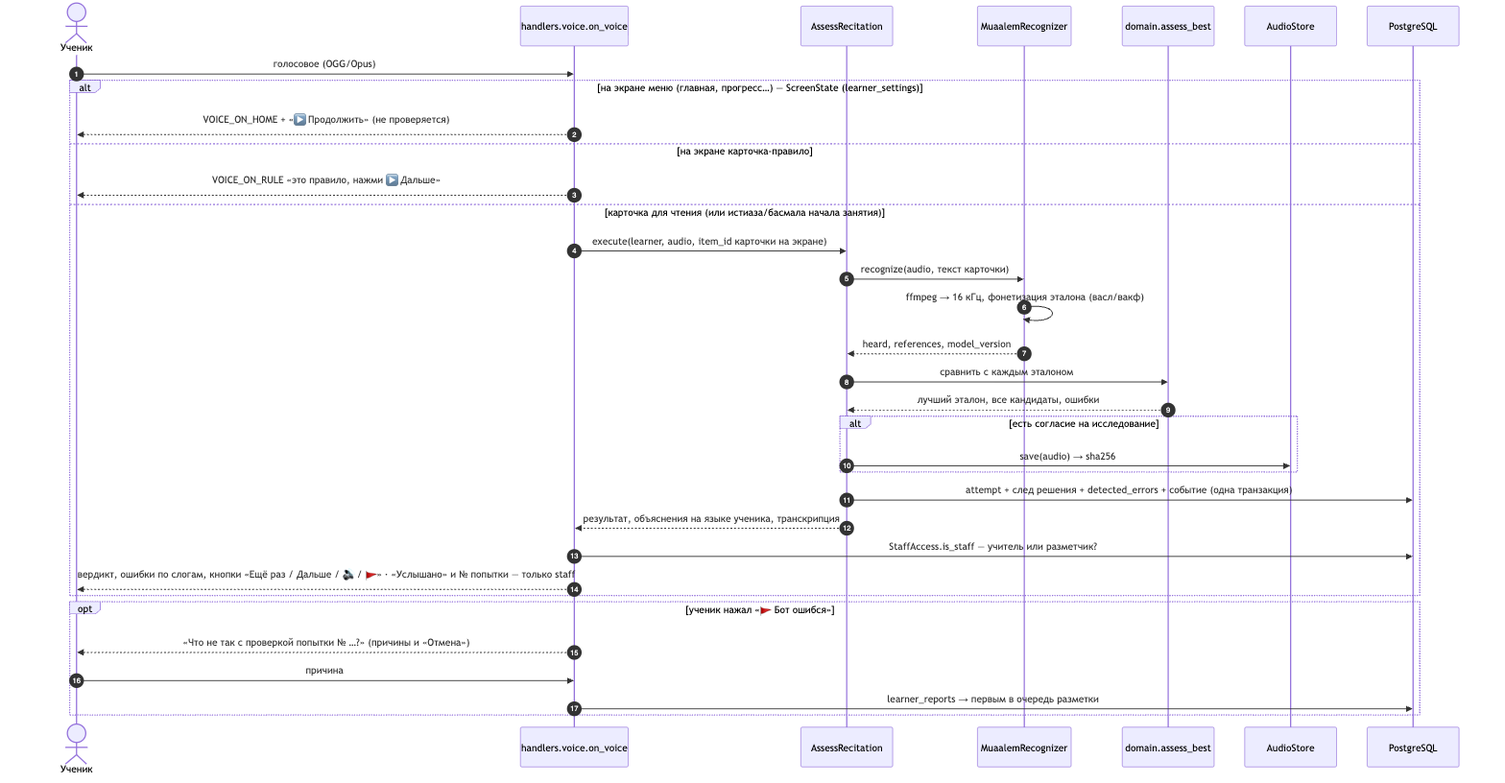
abdra04-gif/muallim keeps this Mermaid diagram as docs/architecture/diagrams/03-voice-sequence.png. Above is the earlier version. Its source is kept beside it as docs/architecture/diagrams/03-voice-sequence.mmd. The source it was exported from:
```mermaid
sequenceDiagram
    autonumber
    actor L as Ученик
    participant H as handlers.voice.on_voice
    participant UC as AssessRecitation
    participant R as MuaalemRecognizer
    participant D as domain.assess_best
    participant S as AudioStore
    participant DB as PostgreSQL

    L->>H: голосовое (OGG/Opus)
    alt на экране меню (главная, прогресс…) — ScreenState (learner_settings)
        H-->>L: VOICE_ON_HOME + «▶️ Продолжить» (не проверяется)
    else на экране карточка-правило
        H-->>L: VOICE_ON_RULE «это правило, нажми ▶️ Дальше»
    else карточка для чтения (или истиаза/басмала начала занятия)
    H->>UC: execute(learner, audio, item_id карточки на экране)
    UC->>R: recognize(audio, текст карточки)
    R->>R: ffmpeg → 16 кГц, фонетизация эталона (васл/вакф)
    R-->>UC: heard, references, model_version
    UC->>D: сравнить с каждым эталоном
    D-->>UC: лучший эталон, все кандидаты, ошибки
    alt есть согласие на исследование
        UC->>S: save(audio) → sha256
    end
    UC->>DB: attempt + след решения + detected_errors + событие (одна транзакция)
    UC-->>H: результат, объяснения на языке ученика, транскрипция
    H->>DB: StaffAccess.is_staff — учитель или разметчик?
    H-->>L: вердикт, ошибки по слогам, кнопки «Ещё раз / Дальше / 🔊 / 🚩» · «Услышано» и № попытки — только staff
    end
    opt ученик нажал «🚩 Бот ошибся»
        H-->>L: «Что не так с проверкой попытки № …?» (причины и «Отмена»)
        L->>H: причина
        H->>DB: learner_reports → первым в очередь разметки
    end
```
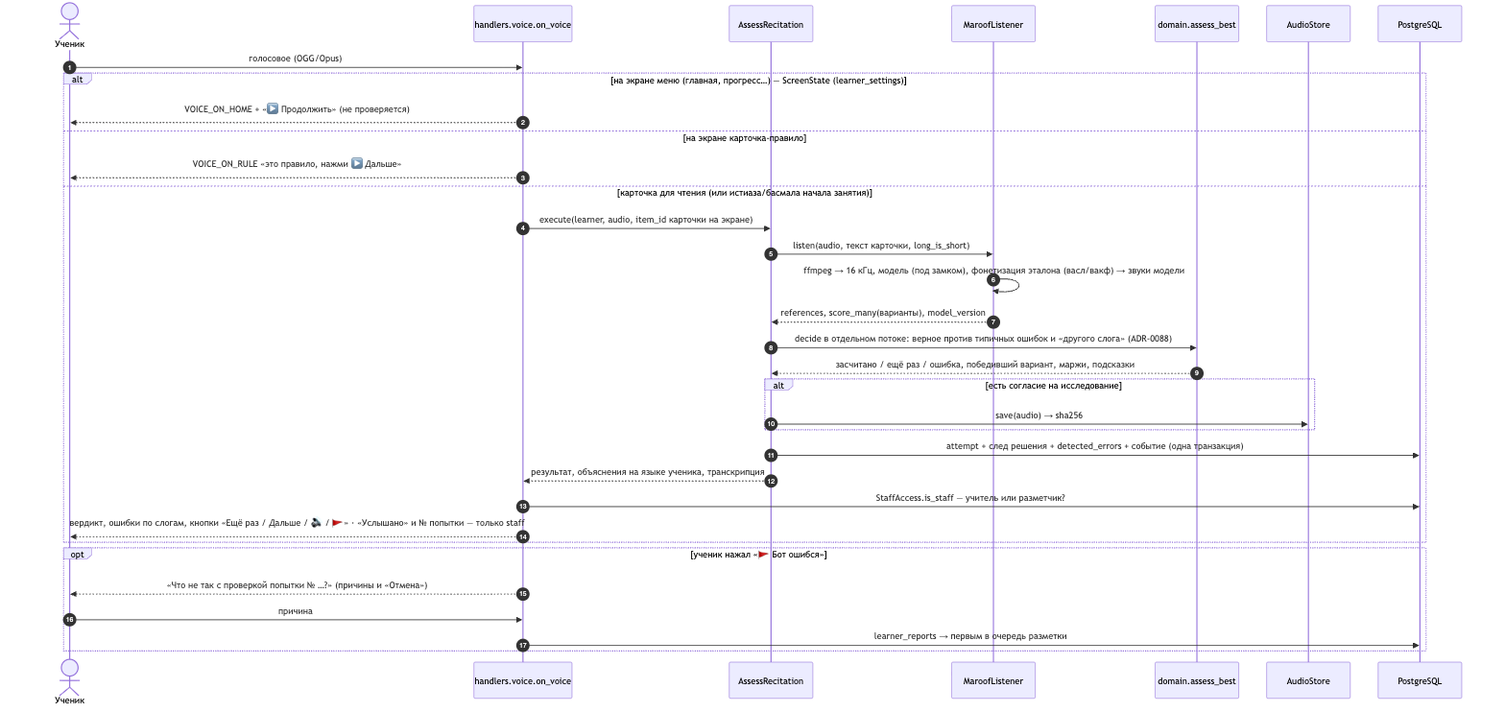
The same file after the commit.

The edit, as a diff of the source:
```diff
@@ -3,7 +3,7 @@
     actor L as Ученик
     participant H as handlers.voice.on_voice
     participant UC as AssessRecitation
-    participant R as MuaalemRecognizer
+    participant R as MaroofListener
     participant D as domain.assess_best
     participant S as AudioStore
     participant DB as PostgreSQL
@@ -15,11 +15,11 @@
         H-->>L: VOICE_ON_RULE «это правило, нажми ▶️ Дальше»
     else карточка для чтения (или истиаза/басмала начала занятия)
     H->>UC: execute(learner, audio, item_id карточки на экране)
-    UC->>R: recognize(audio, текст карточки)
-    R->>R: ffmpeg → 16 кГц, фонетизация эталона (васл/вакф)
-    R-->>UC: heard, references, model_version
-    UC->>D: сравнить с каждым эталоном
-    D-->>UC: лучший эталон, все кандидаты, ошибки
+    UC->>R: listen(audio, текст карточки, long_is_short)
+    R->>R: ffmpeg → 16 кГц, модель (под замком), фонетизация эталона (васл/вакф) → звуки модели
+    R-->>UC: references, score_many(варианты), model_version
+    UC->>D: decide в отдельном потоке: верное против типичных ошибок и «другого слога» (ADR-0088)
+    D-->>UC: засчитано / ещё раз / ошибка, победивший вариант, маржи, подсказки
     alt есть согласие на исследование
         UC->>S: save(audio) → sha256
     end
```
